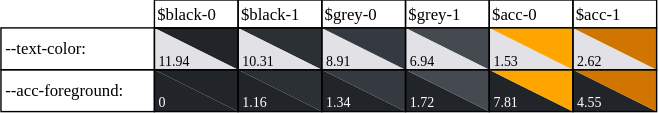
This is assets/text_color_contrasts.drawio.svg from MisterSincere/ISAN_PA, a draw.io export, as it was before one commit. Source tidied: cells renumbered, new cells last; positions are measured from the earlier drawing's top-left corner, leaving out a move shared by most shapes.
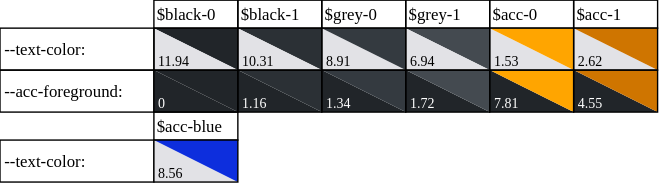
The same diagram one commit later.

Change to the diagram source:
```diff
@@ -134,5 +134,20 @@
     <mxCell id="45" style="rounded=0;whiteSpace=wrap;html=1;fillColor=none;strokeColor=#000000;strokeWidth=1;" parent="1" vertex="1">
       <mxGeometry x="350" y="20" width="60" height="30" as="geometry" />
     </mxCell>
+    <mxCell id="46" value="--text-color:" style="rounded=0;whiteSpace=wrap;html=1;fillColor=none;strokeColor=#000000;strokeWidth=1;fontFamily=Ubuntu Light;spacing=3;align=left;" parent="1" vertex="1">
+      <mxGeometry y="100" width="110" height="30" as="geometry" />
+    </mxCell>
+    <mxCell id="47" value="$acc-blue" style="text;html=1;whiteSpace=wrap;strokeColor=#000000;fillColor=none;align=left;verticalAlign=middle;rounded=0;spacing=2;fontFamily=Ubuntu Light;" parent="1" vertex="1">
+      <mxGeometry x="110" y="80" width="60" height="20" as="geometry" />
+    </mxCell>
+    <mxCell id="48" value="8.56" style="shape=manualInput;whiteSpace=wrap;html=1;size=80;strokeColor=none;fillColor=light-dark(#E2E2E6,#E2E2E6);flipV=0;flipH=1;fontFamily=Ubuntu Light;fontSize=10;verticalAlign=bottom;align=left;spacing=0;spacingTop=-3;spacingLeft=3;fontColor=#000000;" parent="1" vertex="1">
+      <mxGeometry x="110" y="100" width="60" height="30" as="geometry" />
+    </mxCell>
+    <mxCell id="49" style="shape=manualInput;whiteSpace=wrap;html=1;size=80;strokeColor=none;fillColor=light-dark(#0D2EDD,#0D2EDD);flipH=0;flipV=1;" parent="1" vertex="1">
+      <mxGeometry x="110" y="100" width="60" height="30" as="geometry" />
+    </mxCell>
+    <mxCell id="50" style="rounded=0;whiteSpace=wrap;html=1;fillColor=none;strokeColor=#000000;strokeWidth=1;" parent="1" vertex="1">
+      <mxGeometry x="110" y="100" width="60" height="30" as="geometry" />
+    </mxCell>
   </root>
 </mxGraphModel>
```
